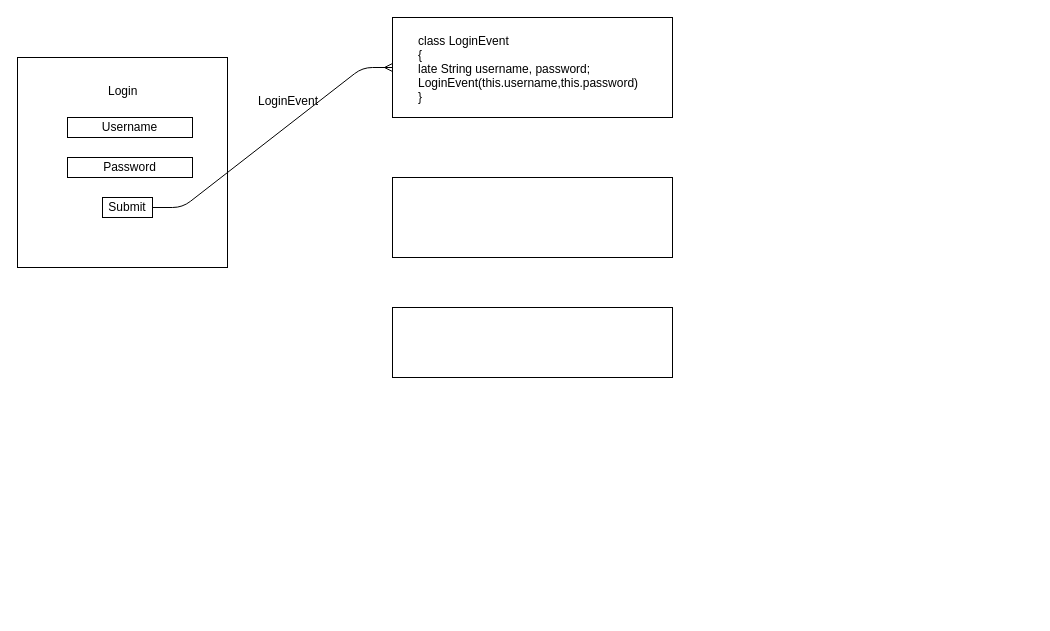
The draw.io diagram Untitled Diagram.drawio in Rpsaini/dev1, before the edit. Source tidied: cells renumbered, new cells numbered last; positions are measured from the earlier drawing's top-left corner, leaving out a move shared by most shapes. Both pictures are drawn from the tidied source at 100%, with x=0, y=0 at pixel (17, 17).
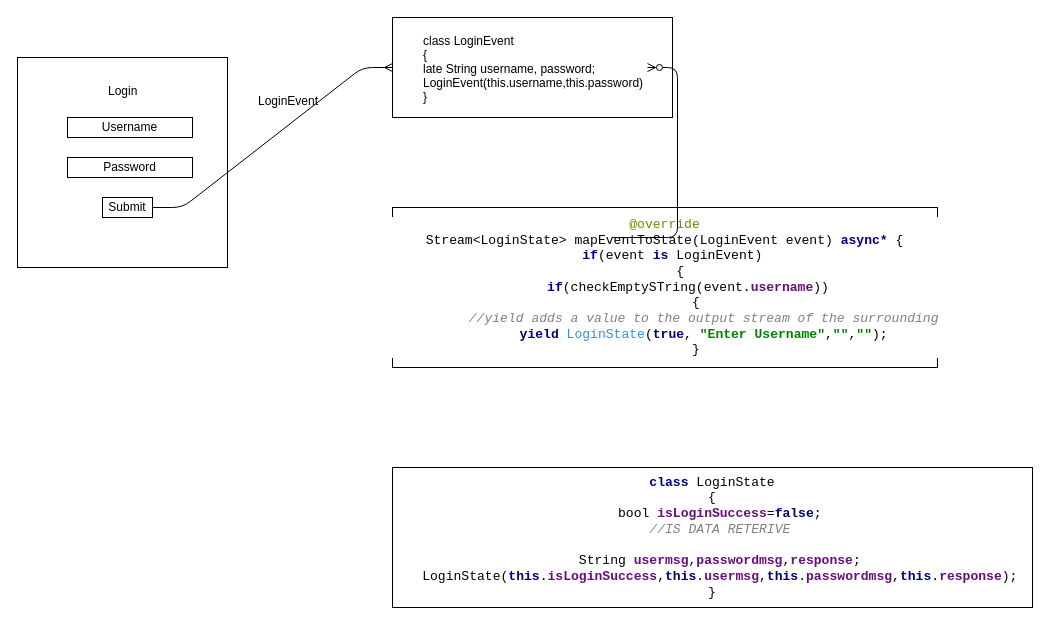
After the change.

What changed in the source:
```diff
@@
 <mxGraphModel>
   <root>
     <mxCell id="0" />
     <mxCell id="1" parent="0" />
     <mxCell id="2" style="whiteSpace=wrap;html=1;" parent="1" vertex="1">
       <mxGeometry y="40" width="210" height="210" as="geometry" />
     </mxCell>
-    <mxCell id="3" style="rounded=0;whiteSpace=wrap;html=1;" parent="1" vertex="1">
-      <mxGeometry x="375" y="160" width="280" height="80" as="geometry" />
+    <mxCell id="3" value="&lt;pre style=&quot;background-color: #ffffff ; color: #000000 ; font-family: &amp;quot;consolas&amp;quot; , monospace ; font-size: 9.8pt&quot;&gt;&lt;span style=&quot;color: #000080 ; font-weight: bold&quot;&gt;class &lt;/span&gt;LoginState&lt;br&gt;{&lt;br&gt;  bool &lt;span style=&quot;color: #660e7a ; font-weight: bold&quot;&gt;isLoginSuccess&lt;/span&gt;=&lt;span style=&quot;color: #000080 ; font-weight: bold&quot;&gt;false&lt;/span&gt;;&lt;br&gt;  &lt;span style=&quot;color: #808080 ; font-style: italic&quot;&gt;//IS DATA RETERIVE&lt;br&gt;&lt;/span&gt;&lt;span style=&quot;color: #808080 ; font-style: italic&quot;&gt;&lt;br&gt;&lt;/span&gt;&lt;span style=&quot;color: #808080 ; font-style: italic&quot;&gt;  &lt;/span&gt;String &lt;span style=&quot;color: #660e7a ; font-weight: bold&quot;&gt;usermsg&lt;/span&gt;,&lt;span style=&quot;color: #660e7a ; font-weight: bold&quot;&gt;passwordmsg&lt;/span&gt;,&lt;span style=&quot;color: #660e7a ; font-weight: bold&quot;&gt;response&lt;/span&gt;;&lt;br&gt;  LoginState(&lt;span style=&quot;color: #000080 ; font-weight: bold&quot;&gt;this&lt;/span&gt;.&lt;span style=&quot;color: #660e7a ; font-weight: bold&quot;&gt;isLoginSuccess&lt;/span&gt;,&lt;span style=&quot;color: #000080 ; font-weight: bold&quot;&gt;this&lt;/span&gt;.&lt;span style=&quot;color: #660e7a ; font-weight: bold&quot;&gt;usermsg&lt;/span&gt;,&lt;span style=&quot;color: #000080 ; font-weight: bold&quot;&gt;this&lt;/span&gt;.&lt;span style=&quot;color: #660e7a ; font-weight: bold&quot;&gt;passwordmsg&lt;/span&gt;,&lt;span style=&quot;color: #000080 ; font-weight: bold&quot;&gt;this&lt;/span&gt;.&lt;span style=&quot;color: #660e7a ; font-weight: bold&quot;&gt;response&lt;/span&gt;);&lt;br&gt;}&lt;/pre&gt;" style="rounded=0;whiteSpace=wrap;html=1;" parent="1" vertex="1">
+      <mxGeometry x="375" y="450" width="640" height="140" as="geometry" />
     </mxCell>
     <mxCell id="4" style="rounded=0;whiteSpace=wrap;html=1;" parent="1" vertex="1">
       <mxGeometry x="375" width="280" height="100" as="geometry" />
     </mxCell>
-    <mxCell id="5" style="rounded=0;whiteSpace=wrap;html=1;" parent="1" vertex="1">
-      <mxGeometry x="375" y="290" width="280" height="70" as="geometry" />
+    <mxCell id="5" value="&lt;pre style=&quot;background-color: #ffffff ; color: #000000 ; font-family: &amp;quot;consolas&amp;quot; , monospace ; font-size: 9.8pt&quot;&gt;&lt;span style=&quot;color: #808000&quot;&gt;@override&lt;br&gt;&lt;/span&gt;Stream&amp;lt;LoginState&amp;gt; mapEventToState(LoginEvent event) &lt;span style=&quot;color: #000080 ; font-weight: bold&quot;&gt;async* &lt;/span&gt;{&lt;br&gt;  &lt;span style=&quot;color: #000080 ; font-weight: bold&quot;&gt;if&lt;/span&gt;(event &lt;span style=&quot;color: #000080 ; font-weight: bold&quot;&gt;is &lt;/span&gt;LoginEvent)&lt;br&gt;    {&lt;br&gt;      &lt;span style=&quot;color: #000080 ; font-weight: bold&quot;&gt;if&lt;/span&gt;(checkEmptySTring(event.&lt;span style=&quot;color: #660e7a ; font-weight: bold&quot;&gt;username&lt;/span&gt;))&lt;br&gt;        {&lt;br&gt;          &lt;span style=&quot;color: #808080 ; font-style: italic&quot;&gt;//yield adds a value to the output stream of the surrounding&lt;br&gt;&lt;/span&gt;&lt;span style=&quot;color: #808080 ; font-style: italic&quot;&gt;          &lt;/span&gt;&lt;span style=&quot;color: #000080 ; font-weight: bold&quot;&gt;yield &lt;/span&gt;&lt;span style=&quot;color: #2196f3&quot;&gt;LoginState&lt;/span&gt;(&lt;span style=&quot;color: #000080 ; font-weight: bold&quot;&gt;true&lt;/span&gt;, &lt;span style=&quot;color: #008000 ; font-weight: bold&quot;&gt;&quot;Enter Username&quot;&lt;/span&gt;,&lt;span style=&quot;color: #008000 ; font-weight: bold&quot;&gt;&quot;&quot;&lt;/span&gt;,&lt;span style=&quot;color: #008000 ; font-weight: bold&quot;&gt;&quot;&quot;&lt;/span&gt;);&lt;br&gt;        }&lt;/pre&gt;" style="rounded=0;whiteSpace=wrap;html=1;" parent="1" vertex="1">
+      <mxGeometry x="375" y="190" width="545" height="160" as="geometry" />
     </mxCell>
     <mxCell id="6" style="edgeStyle=entityRelationEdgeStyle;fontSize=12;html=1;endArrow=ERmany;entryX=0;entryY=0.5;entryDx=0;entryDy=0;" parent="1" edge="1" target="4">
       <mxGeometry relative="1" as="geometry">
         <mxPoint x="135" y="190" as="sourcePoint" />
       </mxGeometry>
     </mxCell>
     <mxCell id="7" value="Submit" style="whiteSpace=wrap;html=1;align=center;" parent="1" vertex="1">
       <mxGeometry x="85" y="180" width="50" height="20" as="geometry" />
     </mxCell>
     <mxCell id="8" value="Username" style="whiteSpace=wrap;html=1;align=center;" parent="1" vertex="1">
       <mxGeometry x="50" y="100" width="125" height="20" as="geometry" />
     </mxCell>
     <mxCell id="9" value="Password" style="whiteSpace=wrap;html=1;align=center;" parent="1" vertex="1">
       <mxGeometry x="50" y="140" width="125" height="20" as="geometry" />
     </mxCell>
     <mxCell id="10" value="Login" style="text;strokeColor=none;fillColor=none;spacingLeft=4;spacingRight=4;overflow=hidden;fontSize=12;" parent="1" vertex="1">
       <mxGeometry x="85" y="60" width="40" height="30" as="geometry" />
     </mxCell>
+    <mxCell id="12" value="LoginEvent" style="text;strokeColor=none;fillColor=none;spacingLeft=4;spacingRight=4;overflow=hidden;fontSize=12;" parent="1" vertex="1">
+      <mxGeometry x="235" y="70" width="100" height="30" as="geometry" />
+    </mxCell>
     <mxCell id="11" value="class LoginEvent&#10;{&#10; late String username, password;&#10; LoginEvent(this.username,this.password);&#10;}" style="text;strokeColor=none;fillColor=none;spacingLeft=4;spacingRight=4;overflow=hidden;points=[[0,0.5],[1,0.5]];portConstraint=eastwest;fontSize=12;" parent="1" vertex="1">
-      <mxGeometry x="395" y="10" width="230" height="80" as="geometry" />
+      <mxGeometry x="400" y="10" width="230" height="80" as="geometry" />
     </mxCell>
-    <mxCell id="12" value="LoginEvent" style="text;strokeColor=none;fillColor=none;spacingLeft=4;spacingRight=4;overflow=hidden;fontSize=12;" parent="1" vertex="1">
-      <mxGeometry x="235" y="70" width="100" height="30" as="geometry" />
-    </mxCell>
+    <mxCell id="13" style="edgeStyle=entityRelationEdgeStyle;fontSize=12;html=1;endArrow=ERzeroToMany;endFill=1;" parent="1" edge="1" target="11">
+      <mxGeometry relative="1" as="geometry">
+        <mxPoint x="595" y="220" as="sourcePoint" />
+      </mxGeometry>
+    </mxCell>
   </root>
 </mxGraphModel>
```
